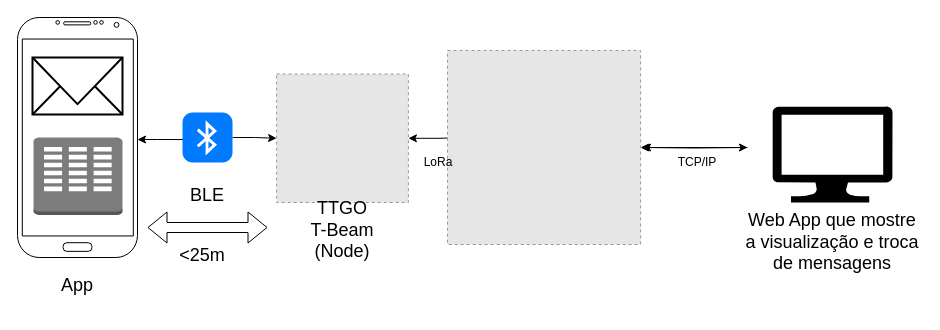
Before: Docs/Project_Structure.drawio in p4ulor/SeaSpot, a draw.io diagram. Source tidied: cells renumbered, new cells numbered last; positions are measured from the earlier drawing's top-left corner, leaving out a move shared by most shapes. Both pictures are drawn from the tidied source at 100%, with x=0, y=0 at pixel (17, 17). Pictures stored in the file or linked from it are replaced by grey dashed boxes.
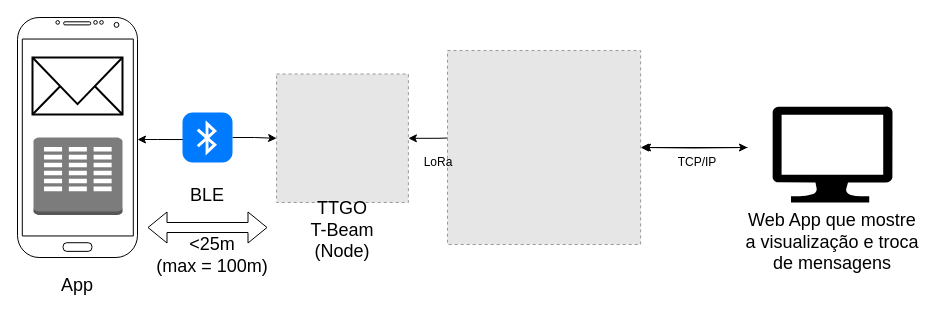
The same page after the edit.

Change to the diagram source:
```diff
@@
-    <mxCell id="16" value="&lt;font style=&quot;font-size: 18px;&quot;&gt;&amp;lt;25m&lt;/font&gt;" style="text;html=1;strokeColor=none;fillColor=none;align=center;verticalAlign=middle;whiteSpace=wrap;rounded=0;" parent="1" vertex="1">
-      <mxGeometry x="140" y="210" width="90" height="55" as="geometry" />
+    <mxCell id="16" value="&lt;font style=&quot;font-size: 18px;&quot;&gt;&amp;lt;25m&lt;br&gt;(max = 100m)&lt;br&gt;&lt;/font&gt;" style="text;html=1;strokeColor=none;fillColor=none;align=center;verticalAlign=middle;whiteSpace=wrap;rounded=0;" parent="1" vertex="1">
+      <mxGeometry x="130" y="210" width="130" height="55" as="geometry" />
     </mxCell>
```
